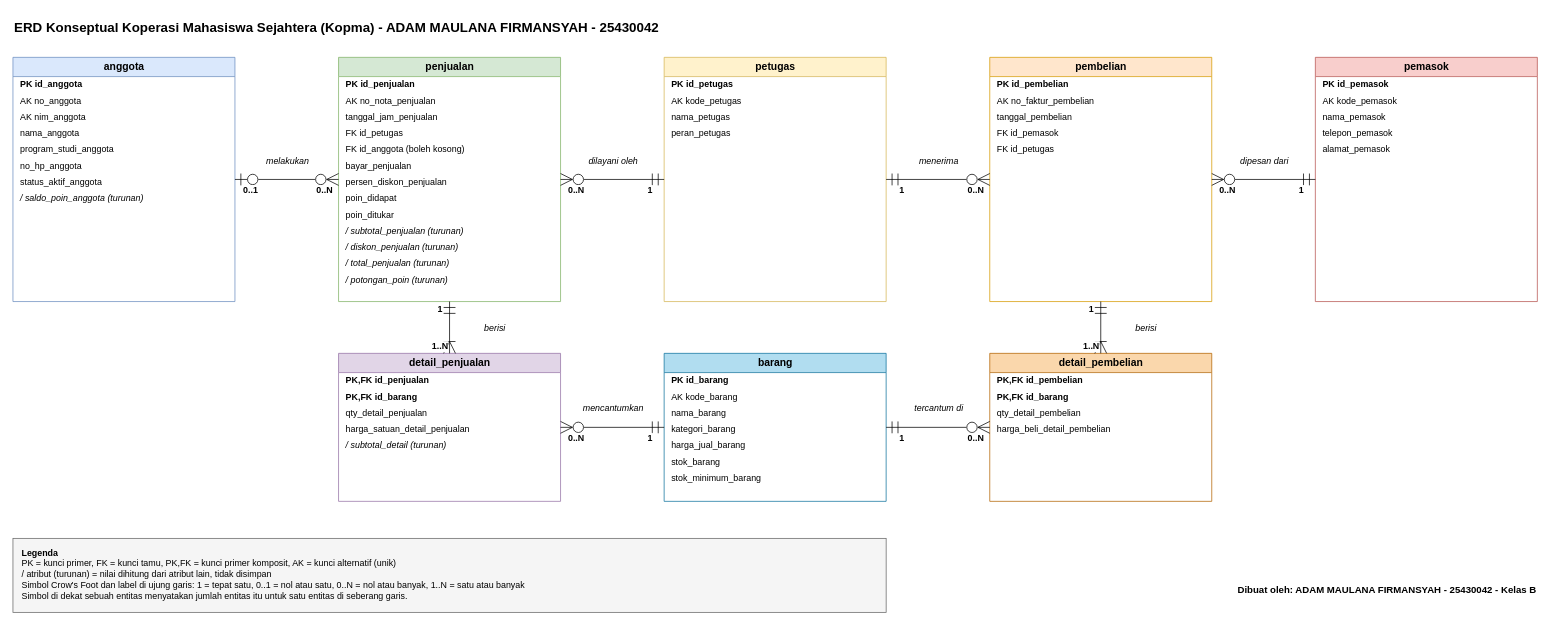
This is p03_erd_kopma_25430042.drawio from adam25430042/basisdata-25430042, a draw.io file, before an edit. Source tidied: cells renumbered, new cells numbered last; positions are measured from the earlier drawing's top-left corner, leaving out a move shared by most shapes. Both pictures are drawn from the tidied source at 74%, with x=0, y=0 at pixel (13, 13).
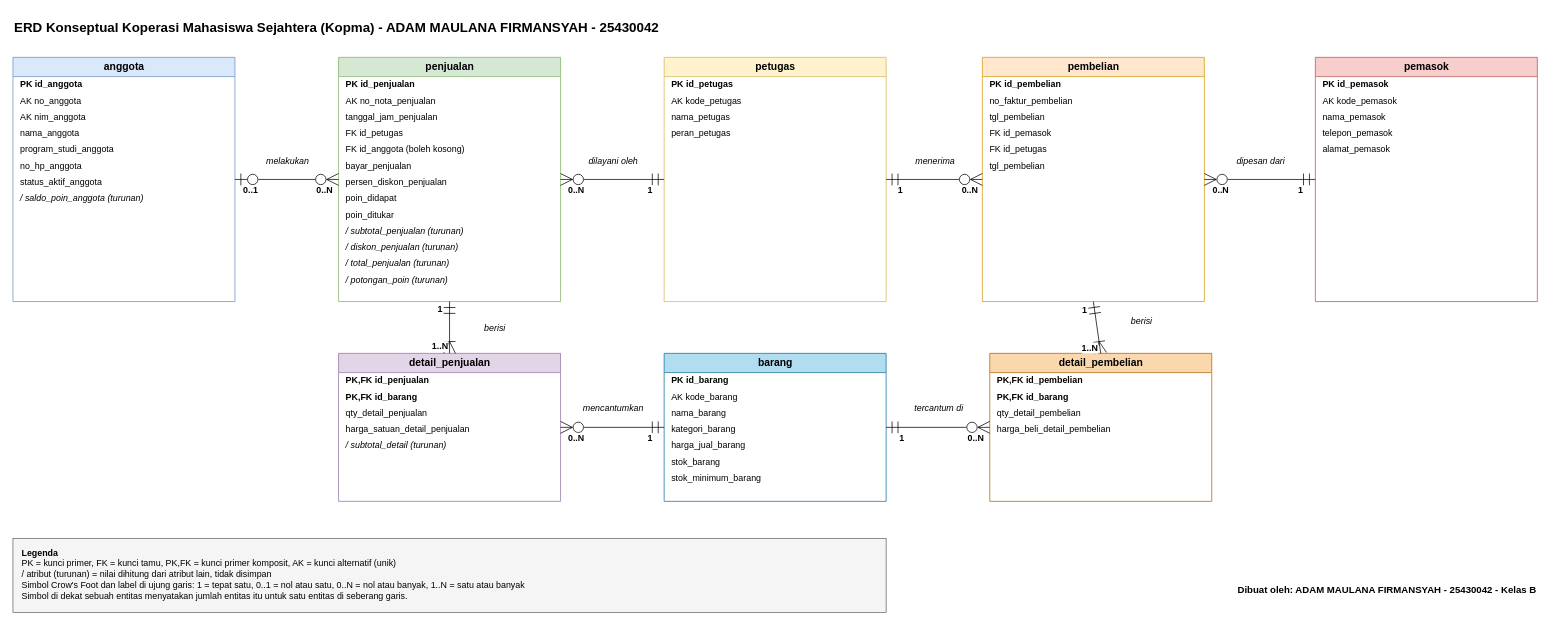
Above is the later version.

Commit message (it also covers changes not shown here):
p05: perbaiki erd kopma (no_faktur tidak unik, tgl_pembelian, status_pembelian)

Diff of the diagram source:
```diff
@@
     <mxCell id="31" value="pembelian" style="swimlane;fontStyle=1;startSize=26;horizontal=1;html=1;fillColor=#ffe6cc;strokeColor=#d79b00;swimlaneFillColor=#ffffff;fontSize=14;align=center;" parent="1" vertex="1">
-      <mxGeometry x="1320" y="60" width="300" height="330" as="geometry" />
+      <mxGeometry x="1310" y="60" width="300" height="330" as="geometry" />
     </mxCell>
@@
-    <mxCell id="33" value="AK   no_faktur_pembelian" style="text;html=1;strokeColor=none;fillColor=none;align=left;verticalAlign=middle;spacingLeft=8;fontSize=12;whiteSpace=nowrap;" parent="31" vertex="1">
+    <mxCell id="33" value="no_faktur_pembelian" style="text;html=1;strokeColor=none;fillColor=none;align=left;verticalAlign=middle;spacingLeft=8;fontSize=12;whiteSpace=nowrap;" parent="31" vertex="1">
       <mxGeometry y="48" width="300" height="22" as="geometry" />
     </mxCell>
-    <mxCell id="34" value="       tanggal_pembelian" style="text;html=1;strokeColor=none;fillColor=none;align=left;verticalAlign=middle;spacingLeft=8;fontSize=12;whiteSpace=nowrap;" parent="31" vertex="1">
+    <mxCell id="34" value="tgl_pembelian" style="text;html=1;strokeColor=none;fillColor=none;align=left;verticalAlign=middle;spacingLeft=8;fontSize=12;whiteSpace=nowrap;" parent="31" vertex="1">
       <mxGeometry y="70" width="300" height="22" as="geometry" />
     </mxCell>
@@
+    <mxCell id="96" value="tgl_pembelian" style="text;html=1;strokeColor=none;fillColor=none;align=left;verticalAlign=middle;spacingLeft=8;fontSize=12;whiteSpace=nowrap;" parent="31" vertex="1">
+      <mxGeometry y="136" width="300" height="22" as="geometry" />
+    </mxCell>
```
